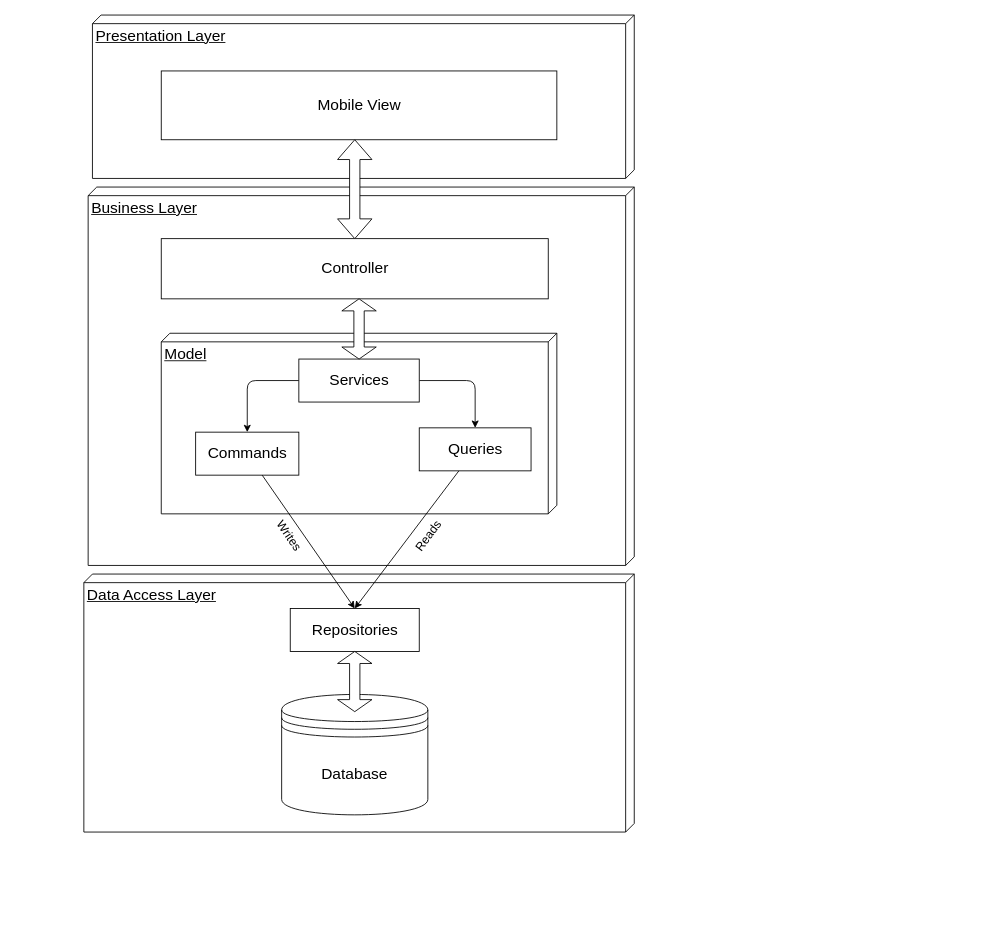
The draw.io diagram diagrams/architecture/architecture.drawio in COS301-SE-2023/EstateMatch, before the edit. Source tidied: cells renumbered, new cells numbered last; positions are measured from the earlier drawing's top-left corner, leaving out a move shared by most shapes. Both pictures are drawn from the tidied source at 86%, with x=0, y=0 at pixel (83, 15).
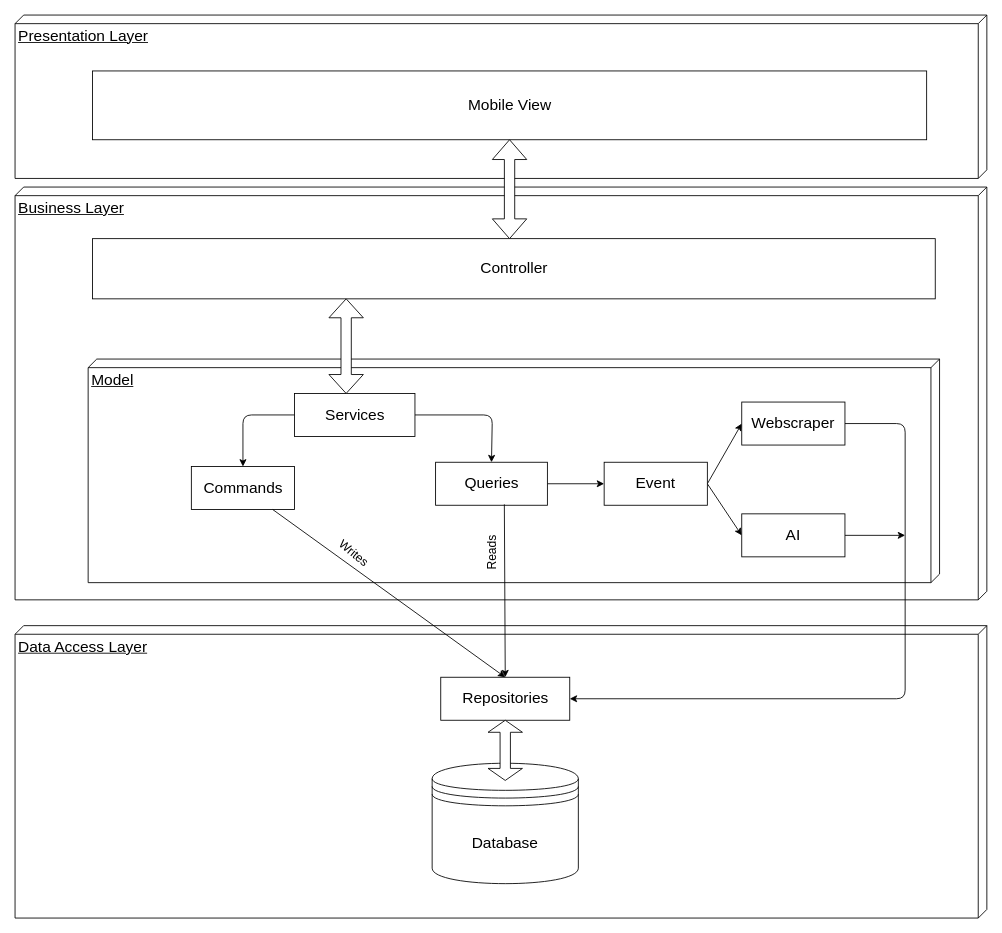
Above is the later version.

Commit message:
📝 (diagram) System architecture update

Diff of the diagram source:
```diff
@@
     <mxCell id="2" value="&lt;font style=&quot;font-size: 18px;&quot;&gt;Presentation Layer&lt;/font&gt;" style="verticalAlign=top;align=left;spacingTop=8;spacingLeft=2;spacingRight=12;shape=cube;size=10;direction=south;fontStyle=4;html=1;" parent="1" vertex="1">
-      <mxGeometry x="10" width="630" height="190" as="geometry" />
+      <mxGeometry x="-80" width="1130" height="190" as="geometry" />
     </mxCell>
     <mxCell id="3" value="Mobile View" style="html=1;fontSize=18;" parent="1" vertex="1">
-      <mxGeometry x="90" y="65" width="460" height="80" as="geometry" />
+      <mxGeometry x="10" y="65" width="970" height="80" as="geometry" />
     </mxCell>
     <mxCell id="4" value="Business Layer" style="verticalAlign=top;align=left;spacingTop=8;spacingLeft=2;spacingRight=12;shape=cube;size=10;direction=south;fontStyle=4;html=1;fontSize=18;" parent="1" vertex="1">
-      <mxGeometry x="5" y="200" width="635" height="440" as="geometry" />
+      <mxGeometry x="-80" y="200" width="1130" height="480" as="geometry" />
     </mxCell>
     <mxCell id="5" value="Controller" style="html=1;fontSize=18;" parent="1" vertex="1">
-      <mxGeometry x="90" y="260" width="450" height="70" as="geometry" />
+      <mxGeometry x="10" y="260" width="980" height="70" as="geometry" />
     </mxCell>
+    <mxCell id="19" style="shape=doubleArrow;direction=south;whiteSpace=wrap;html=1;fontSize=18;" parent="1" vertex="1">
+      <mxGeometry x="475" y="145" width="40" height="115" as="geometry" />
+    </mxCell>
     <mxCell id="6" value="Model" style="verticalAlign=top;align=left;spacingTop=8;spacingLeft=2;spacingRight=12;shape=cube;size=10;direction=south;fontStyle=4;html=1;fontSize=18;" parent="1" vertex="1">
-      <mxGeometry x="90" y="370" width="460" height="210" as="geometry" />
+      <mxGeometry x="5" y="400" width="990" height="260" as="geometry" />
     </mxCell>
     <mxCell id="7" style="edgeStyle=none;html=1;entryX=0.5;entryY=0;entryDx=0;entryDy=0;fontSize=18;exitX=0;exitY=0.5;exitDx=0;exitDy=0;" parent="1" edge="1" source="9" target="10">
       <mxGeometry relative="1" as="geometry">
         <Array as="points">
-          <mxPoint x="190" y="425" />
+          <mxPoint x="185" y="465" />
         </Array>
       </mxGeometry>
     </mxCell>
     <mxCell id="8" style="edgeStyle=none;html=1;entryX=0.5;entryY=0;entryDx=0;entryDy=0;fontSize=18;exitX=1;exitY=0.5;exitDx=0;exitDy=0;" parent="1" edge="1" source="9" target="11">
       <mxGeometry relative="1" as="geometry">
         <Array as="points">
-          <mxPoint x="455" y="425" />
+          <mxPoint x="475" y="465" />
         </Array>
       </mxGeometry>
     </mxCell>
     <mxCell id="9" value="Services" style="html=1;fontSize=18;" parent="1" vertex="1">
-      <mxGeometry x="250" y="400" width="140" height="50" as="geometry" />
+      <mxGeometry x="245" y="440" width="140" height="50" as="geometry" />
     </mxCell>
     <mxCell id="10" value="Commands" style="html=1;fontSize=18;" parent="1" vertex="1">
-      <mxGeometry x="130" y="485" width="120" height="50" as="geometry" />
+      <mxGeometry x="125" y="525" width="120" height="50" as="geometry" />
     </mxCell>
+    <mxCell id="22" style="edgeStyle=none;html=1;fontSize=18;" parent="1" edge="1" source="11" target="26">
+      <mxGeometry relative="1" as="geometry" />
+    </mxCell>
     <mxCell id="11" value="Queries" style="html=1;fontSize=18;" parent="1" vertex="1">
-      <mxGeometry x="390" y="480" width="130" height="50" as="geometry" />
+      <mxGeometry x="409" y="520" width="130" height="50" as="geometry" />
     </mxCell>
     <mxCell id="12" value="Data Access Layer" style="verticalAlign=top;align=left;spacingTop=8;spacingLeft=2;spacingRight=12;shape=cube;size=10;direction=south;fontStyle=4;html=1;fontSize=18;" parent="1" vertex="1">
-      <mxGeometry y="650" width="640" height="300" as="geometry" />
+      <mxGeometry x="-80" y="710" width="1130" height="340" as="geometry" />
     </mxCell>
     <mxCell id="13" value="Repositories" style="html=1;fontSize=18;" parent="1" vertex="1">
-      <mxGeometry x="240" y="690" width="150" height="50" as="geometry" />
+      <mxGeometry x="415" y="770" width="150" height="50" as="geometry" />
     </mxCell>
     <mxCell id="14" value="Database" style="shape=datastore;whiteSpace=wrap;html=1;fontSize=18;" parent="1" vertex="1">
-      <mxGeometry x="230" y="790" width="170" height="140" as="geometry" />
+      <mxGeometry x="405" y="870" width="170" height="140" as="geometry" />
     </mxCell>
-    <mxCell id="15" style="shape=doubleArrow;direction=south;whiteSpace=wrap;html=1;fontSize=18;" parent="1" vertex="1">
-      <mxGeometry x="295" y="740" width="40" height="70" as="geometry" />
-    </mxCell>
+    <mxCell id="23" style="shape=doubleArrow;direction=south;whiteSpace=wrap;html=1;fontSize=18;" parent="1" vertex="1">
+      <mxGeometry x="470" y="820" width="40" height="70" as="geometry" />
+    </mxCell>
@@
-    <mxCell id="17" style="edgeStyle=none;html=1;entryX=0.5;entryY=0;entryDx=0;entryDy=0;fontSize=18;" parent="1" edge="1" source="11" target="13">
+    <mxCell id="17" style="edgeStyle=none;html=1;entryX=0.5;entryY=0;entryDx=0;entryDy=0;fontSize=18;exitX=0.615;exitY=0.98;exitDx=0;exitDy=0;exitPerimeter=0;" parent="1" edge="1" source="11" target="13">
       <mxGeometry relative="1" as="geometry" />
     </mxCell>
-    <mxCell id="18" style="shape=doubleArrow;direction=south;whiteSpace=wrap;html=1;fontSize=18;" parent="1" vertex="1">
-      <mxGeometry x="300" y="330" width="40" height="70" as="geometry" />
-    </mxCell>
-    <mxCell id="19" style="shape=doubleArrow;direction=south;whiteSpace=wrap;html=1;fontSize=18;" parent="1" vertex="1">
-      <mxGeometry x="295" y="145" width="40" height="115" as="geometry" />
-    </mxCell>
-    <mxCell id="20" value="&lt;font style=&quot;font-size: 14px;&quot;&gt;Writes&lt;/font&gt;" style="text;html=1;strokeColor=none;fillColor=none;align=center;verticalAlign=middle;whiteSpace=wrap;rounded=0;fontSize=18;rotation=56;" parent="1" vertex="1">
-      <mxGeometry x="210" y="590" width="60" height="30" as="geometry" />
+    <mxCell id="20" value="&lt;font style=&quot;font-size: 14px;&quot;&gt;Writes&lt;/font&gt;" style="text;html=1;strokeColor=none;fillColor=none;align=center;verticalAlign=middle;whiteSpace=wrap;rounded=0;fontSize=18;rotation=39.6;" parent="1" vertex="1">
+      <mxGeometry x="285" y="610" width="60" height="30" as="geometry" />
     </mxCell>
-    <mxCell id="21" value="&lt;font style=&quot;font-size: 14px;&quot;&gt;Reads&lt;/font&gt;" style="text;html=1;strokeColor=none;fillColor=none;align=center;verticalAlign=middle;whiteSpace=wrap;rounded=0;fontSize=18;rotation=-53.2;" parent="1" vertex="1">
-      <mxGeometry x="370" y="590" width="60" height="30" as="geometry" />
+    <mxCell id="21" value="&lt;font style=&quot;font-size: 14px;&quot;&gt;Reads&lt;/font&gt;" style="text;html=1;strokeColor=none;fillColor=none;align=center;verticalAlign=middle;whiteSpace=wrap;rounded=0;fontSize=18;rotation=-90;" parent="1" vertex="1">
+      <mxGeometry x="444" y="610" width="60" height="30" as="geometry" />
     </mxCell>
+    <mxCell id="24" style="edgeStyle=none;html=1;entryX=0;entryY=0.5;entryDx=0;entryDy=0;fontSize=18;" parent="1" edge="1" target="30">
+      <mxGeometry relative="1" as="geometry">
+        <mxPoint x="725" y="545" as="sourcePoint" />
+      </mxGeometry>
+    </mxCell>
+    <mxCell id="25" style="edgeStyle=none;html=1;entryX=0;entryY=0.5;entryDx=0;entryDy=0;fontSize=18;exitX=1;exitY=0.5;exitDx=0;exitDy=0;" parent="1" edge="1" source="26" target="28">
+      <mxGeometry relative="1" as="geometry" />
+    </mxCell>
+    <mxCell id="26" value="&lt;font style=&quot;font-size: 18px;&quot;&gt;Event&lt;/font&gt;" style="rounded=0;whiteSpace=wrap;html=1;" parent="1" vertex="1">
+      <mxGeometry x="605" y="520" width="120" height="50" as="geometry" />
+    </mxCell>
+    <mxCell id="27" style="edgeStyle=none;html=1;fontSize=18;" parent="1" edge="1" source="28">
+      <mxGeometry relative="1" as="geometry">
+        <mxPoint x="955" y="605" as="targetPoint" />
+      </mxGeometry>
+    </mxCell>
+    <mxCell id="28" value="AI" style="rounded=0;whiteSpace=wrap;html=1;fontSize=18;" parent="1" vertex="1">
+      <mxGeometry x="765" y="580" width="120" height="50" as="geometry" />
+    </mxCell>
+    <mxCell id="29" style="edgeStyle=none;html=1;entryX=1;entryY=0.5;entryDx=0;entryDy=0;fontSize=18;exitX=1;exitY=0.5;exitDx=0;exitDy=0;" parent="1" edge="1" source="30" target="13">
+      <mxGeometry relative="1" as="geometry">
+        <Array as="points">
+          <mxPoint x="955" y="475" />
+          <mxPoint x="955" y="795" />
+        </Array>
+      </mxGeometry>
+    </mxCell>
+    <mxCell id="30" value="Webscraper" style="rounded=0;whiteSpace=wrap;html=1;fontSize=18;" parent="1" vertex="1">
+      <mxGeometry x="765" y="450" width="120" height="50" as="geometry" />
+    </mxCell>
+    <mxCell id="18" style="shape=doubleArrow;direction=south;whiteSpace=wrap;html=1;fontSize=18;" parent="1" vertex="1">
+      <mxGeometry x="285" y="330" width="40" height="110" as="geometry" />
+    </mxCell>
```
